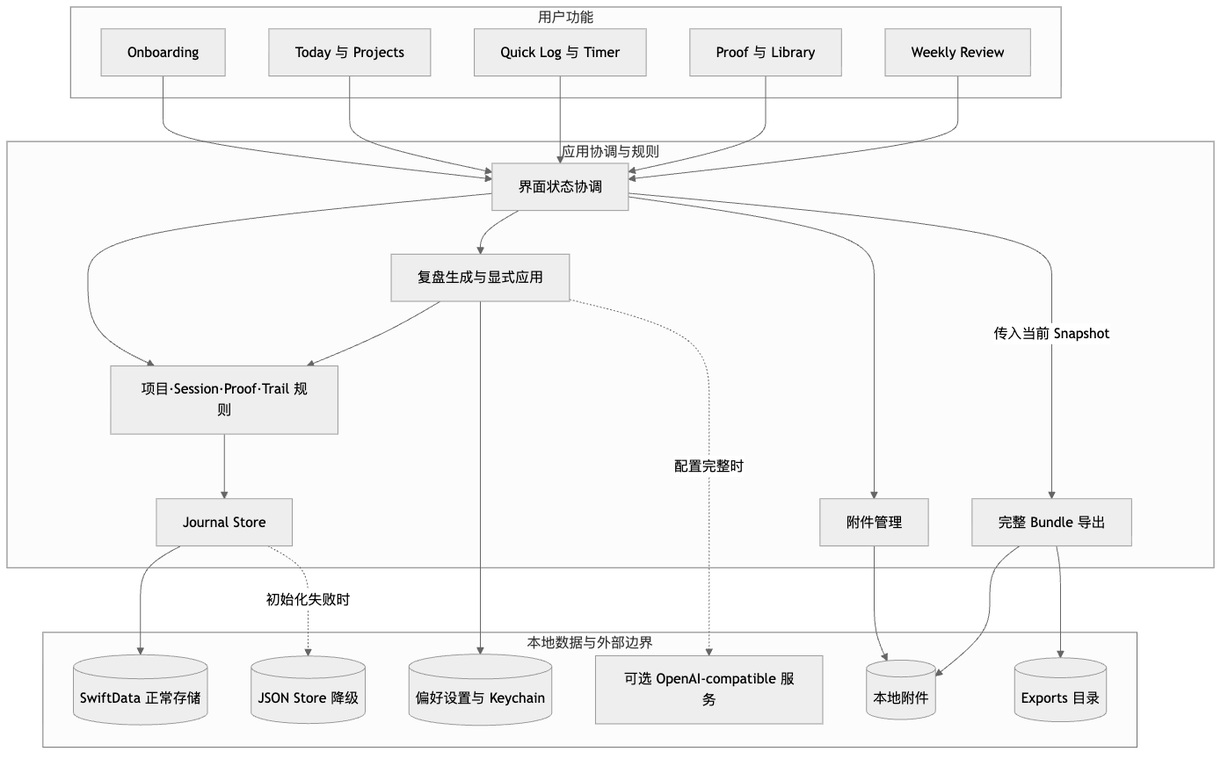
Before: diagrams/product-functional-modules.png, a diagram exported from Mermaid (Panhe-C/self-study-studio). Its source is kept beside it as diagrams/product-functional-modules.mmd.
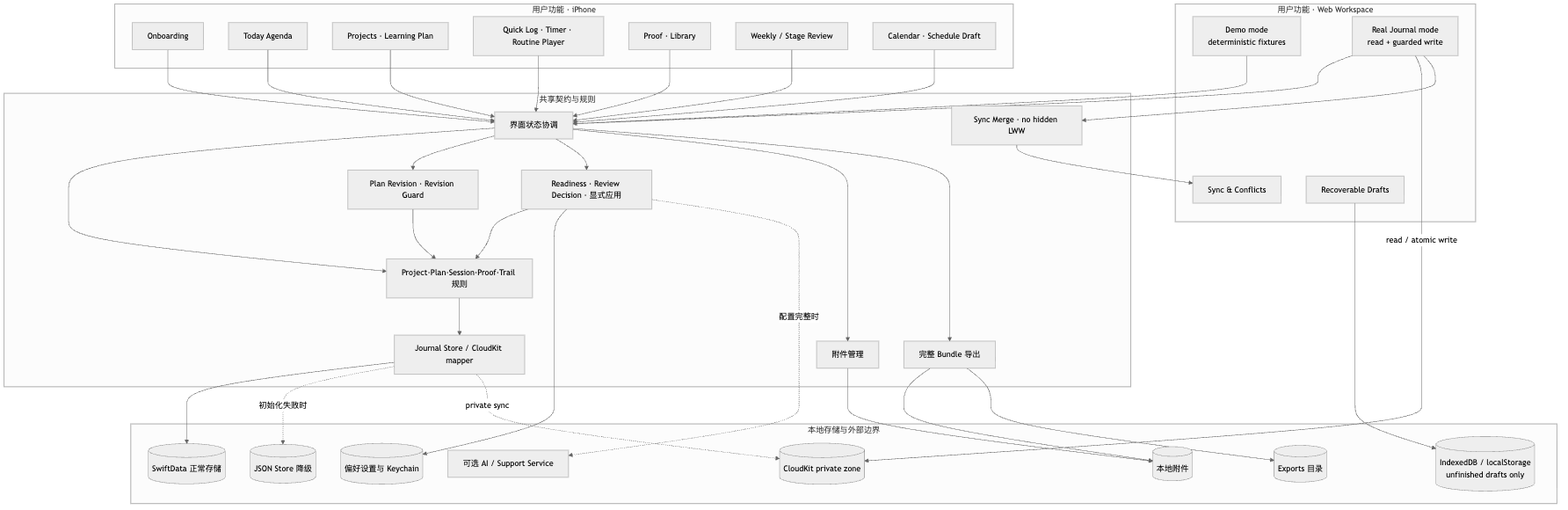
After the change.

The edit, as a diff of the source:
```diff
@@ -1,45 +1,69 @@
 flowchart TD
-  subgraph UI[用户功能]
+  subgraph IOS[用户功能 · iPhone]
     O[Onboarding]
-    T[Today 与 Projects]
-    S[Quick Log 与 Timer]
-    P[Proof 与 Library]
-    R[Weekly Review]
+    T[Today Agenda]
+    P[Projects · Learning Plan]
+    S[Quick Log · Timer · Routine Player]
+    EVID[Proof · Library]
+    R[Weekly / Stage Review]
+    CAL[Calendar · Schedule Draft]
   end
 
-  subgraph CORE[应用协调与规则]
-    VM[界面状态协调]
-    J[项目·Session·Proof·Trail 规则]
-    STORE[Journal Store]
-    RV[复盘生成与显式应用]
-    A[附件管理]
-    E[完整 Bundle 导出]
+  subgraph WEB[用户功能 · Web Workspace]
+    DEMO[Demo mode<br/>deterministic fixtures]
+    REAL[Real Journal mode<br/>read + guarded write]
+    SYNC[Sync & Conflicts]
+    RD[Recoverable Drafts]
   end
 
-  subgraph DATA[本地数据与外部边界]
+  subgraph CORE[共享契约与规则]
+    VM[界面状态协调]
+    J[Project·Plan·Session·Proof·Trail 规则]
+    PLAN[Plan Revision · Revision Guard]
+    RV[Readiness · Review Decision · 显式应用]
+    MERGE[Sync Merge · no hidden LWW]
+    STORE[Journal Store / CloudKit mapper]
+    A[附件管理]
+    EX[完整 Bundle 导出]
+  end
+
+  subgraph DATA[本地存储与外部边界]
     DB[(SwiftData 正常存储)]
     JSON[(JSON Store 降级)]
+    CK[(CloudKit private zone)]
     FILES[(本地附件)]
+    DRAFTDB[(IndexedDB / localStorage<br/>unfinished drafts only)]
     PREFS[(偏好设置与 Keychain)]
     EXPORTS[(Exports 目录)]
-    AI[可选 OpenAI-compatible 服务]
+    AI[可选 AI / Support Service]
   end
 
   O --> VM
   T --> VM
+  P --> VM
   S --> VM
-  P --> VM
+  EVID --> VM
   R --> VM
+  CAL --> VM
+  DEMO --> VM
+  REAL --> VM
   VM --> J
+  VM --> PLAN
   VM --> RV
   VM --> A
-  VM -->|传入当前 Snapshot| E
+  VM --> EX
+  REAL -->|read / atomic write| CK
+  REAL --> MERGE
+  MERGE --> SYNC
+  RD --> DRAFTDB
   J --> STORE
   STORE --> DB
   STORE -.初始化失败时.-> JSON
+  STORE -.private sync.-> CK
+  PLAN --> J
   RV --> J
   RV --> PREFS
   RV -.配置完整时.-> AI
   A --> FILES
-  E --> FILES
-  E --> EXPORTS
+  EX --> FILES
+  EX --> EXPORTS
```
